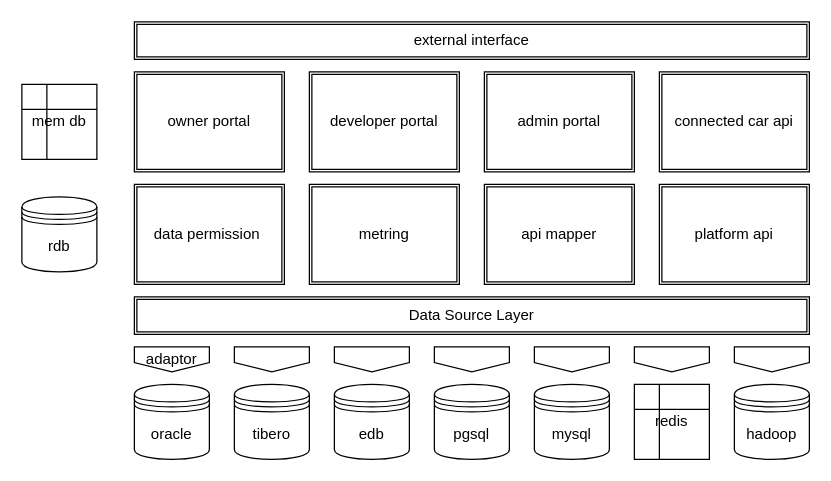
The draw.io diagram apistack.drawio in swoogi/draw.io, before the edit. Source tidied: cells renumbered, new cells numbered last; positions are measured from the earlier drawing's top-left corner, leaving out a move shared by most shapes. Both pictures are drawn from the tidied source at 125%, with x=0, y=0 at pixel (21, 21).
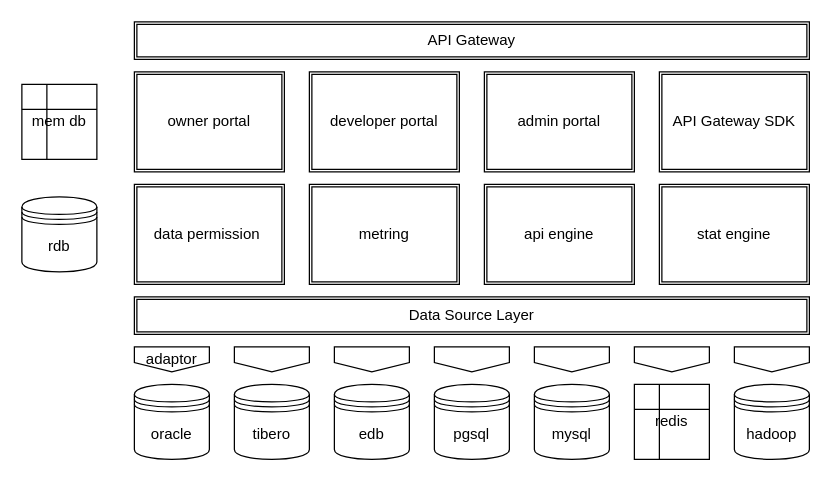
The same diagram, later.

Change to the diagram source:
```diff
@@
-    <mxCell id="19" value="api mapper" style="shape=ext;double=1;rounded=0;whiteSpace=wrap;html=1;" parent="1" vertex="1">
+    <mxCell id="19" value="api engine" style="shape=ext;double=1;rounded=0;whiteSpace=wrap;html=1;" parent="1" vertex="1">
       <mxGeometry x="370" y="130" width="120" height="80" as="geometry" />
     </mxCell>
@@
-    <mxCell id="22" value="external interface" style="shape=ext;double=1;rounded=0;whiteSpace=wrap;html=1;" parent="1" vertex="1">
+    <mxCell id="22" value="API Gateway" style="shape=ext;double=1;rounded=0;whiteSpace=wrap;html=1;" parent="1" vertex="1">
       <mxGeometry x="90" width="540" height="30" as="geometry" />
     </mxCell>
-    <mxCell id="23" value="platform api" style="shape=ext;double=1;rounded=0;whiteSpace=wrap;html=1;" parent="1" vertex="1">
+    <mxCell id="23" value="stat engine" style="shape=ext;double=1;rounded=0;whiteSpace=wrap;html=1;" parent="1" vertex="1">
       <mxGeometry x="510" y="130" width="120" height="80" as="geometry" />
     </mxCell>
@@
-    <mxCell id="25" value="connected car api" style="shape=ext;double=1;rounded=0;whiteSpace=wrap;html=1;" parent="1" vertex="1">
+    <mxCell id="25" value="API Gateway SDK" style="shape=ext;double=1;rounded=0;whiteSpace=wrap;html=1;" parent="1" vertex="1">
       <mxGeometry x="510" y="40" width="120" height="80" as="geometry" />
     </mxCell>
```
